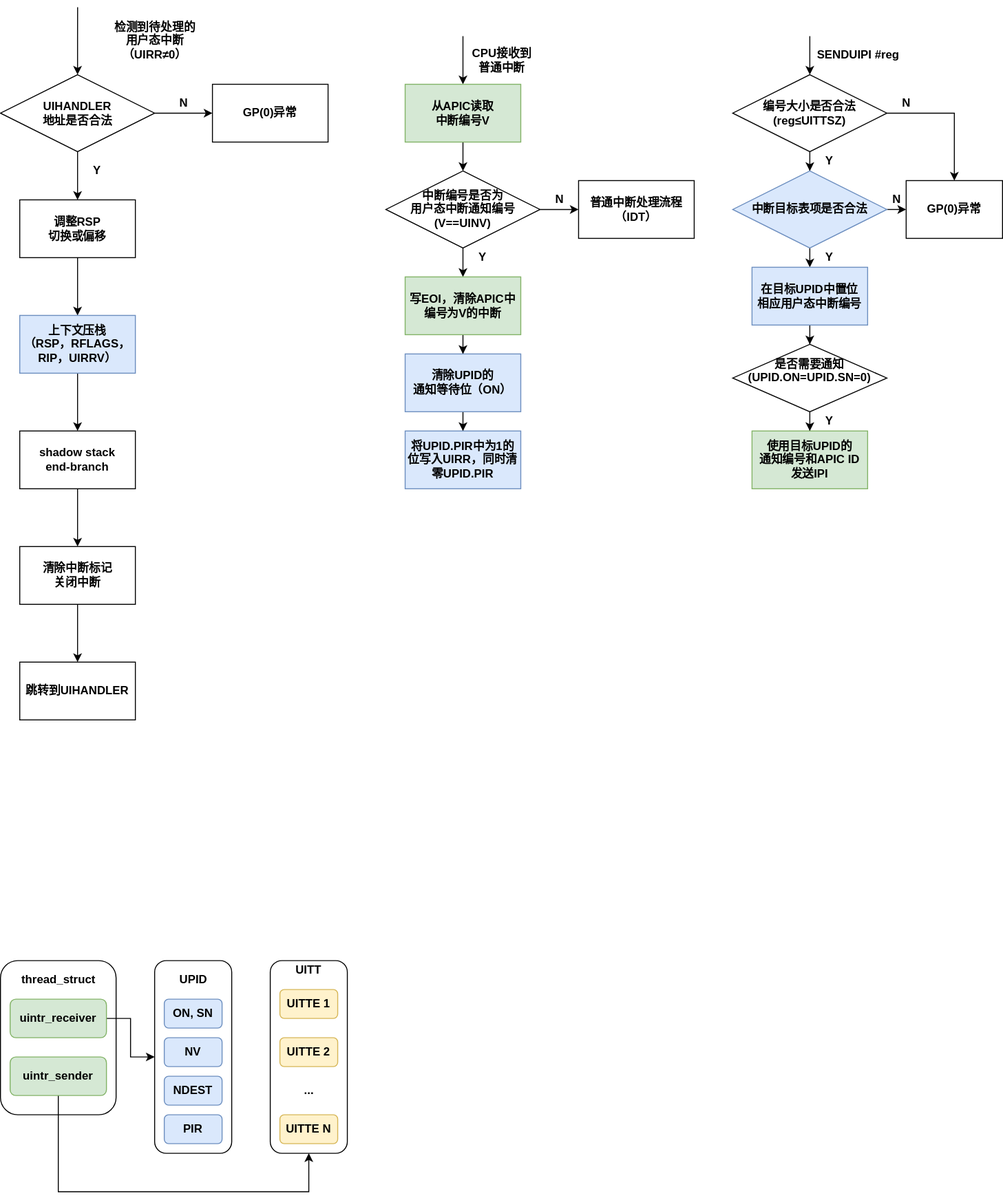
Above: assets/intel-uintr/struct.svg in Gallium70/rv-n-ext-impl (draw.io), before the change. Source tidied: cells renumbered, new cells last; positions are measured from the earlier drawing's top-left corner, leaving out a move shared by most shapes.
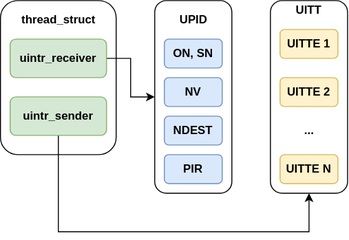
Above is the later version.

What changed in the source:
```diff
@@ -8,166 +8,6 @@
     <mxCell id="3" style="rounded=1;whiteSpace=wrap;html=1;fontStyle=1;" parent="1" vertex="1">
       <mxGeometry y="990" width="120" height="160" as="geometry" />
     </mxCell>
-    <mxCell id="4" style="edgeStyle=orthogonalEdgeStyle;rounded=0;jettySize=auto;html=1;fontStyle=1;" parent="1" edge="1" source="5" target="14">
-      <mxGeometry relative="1" as="geometry" />
-    </mxCell>
-    <mxCell id="5" value="调整RSP&lt;br&gt;切换或偏移" style="rounded=0;whiteSpace=wrap;html=1;fontStyle=1;" parent="1" vertex="1">
-      <mxGeometry x="20" y="200" width="120" height="60" as="geometry" />
-    </mxCell>
-    <mxCell id="6" style="edgeStyle=orthogonalEdgeStyle;rounded=0;jettySize=auto;html=1;exitX=0.5;exitY=1;exitDx=0;exitDy=0;entryX=0.5;entryY=0;entryDx=0;entryDy=0;fontStyle=1;" parent="1" edge="1" source="9" target="5">
-      <mxGeometry relative="1" as="geometry" />
-    </mxCell>
-    <mxCell id="7" style="edgeStyle=orthogonalEdgeStyle;rounded=0;jettySize=auto;html=1;fontStyle=1;" parent="1" edge="1" source="9" target="11">
-      <mxGeometry relative="1" as="geometry" />
-    </mxCell>
-    <mxCell id="8" style="edgeStyle=orthogonalEdgeStyle;rounded=0;jettySize=auto;html=1;exitX=0.5;exitY=0;exitDx=0;exitDy=0;endArrow=none;endFill=0;startArrow=classic;startFill=1;fontStyle=1;" parent="1" edge="1" source="9">
-      <mxGeometry relative="1" as="geometry">
-        <mxPoint x="80.1" as="targetPoint" />
-      </mxGeometry>
-    </mxCell>
-    <mxCell id="9" value="UIHANDLER&lt;br&gt;地址是否合法" style="rhombus;whiteSpace=wrap;html=1;fontStyle=1;" parent="1" vertex="1">
-      <mxGeometry y="70" width="160" height="80" as="geometry" />
-    </mxCell>
-    <mxCell id="10" value="Y" style="text;html=1;align=center;verticalAlign=middle;strokeColor=none;fontStyle=1;" parent="1" vertex="1">
-      <mxGeometry x="90" y="160" width="20" height="20" as="geometry" />
-    </mxCell>
-    <mxCell id="11" value="GP(0)异常" style="whiteSpace=wrap;html=1;fontStyle=1;" parent="1" vertex="1">
-      <mxGeometry x="220" y="80" width="120" height="60" as="geometry" />
-    </mxCell>
-    <mxCell id="12" value="N" style="text;html=1;align=center;verticalAlign=middle;strokeColor=none;fontStyle=1;" parent="1" vertex="1">
-      <mxGeometry x="180" y="90" width="20" height="20" as="geometry" />
-    </mxCell>
-    <mxCell id="13" style="edgeStyle=orthogonalEdgeStyle;rounded=0;jettySize=auto;html=1;fontStyle=1;" parent="1" edge="1" source="14" target="16">
-      <mxGeometry relative="1" as="geometry" />
-    </mxCell>
-    <mxCell id="14" value="上下文压栈&lt;br&gt;（RSP，RFLAGS，RIP，UIRRV）" style="rounded=0;whiteSpace=wrap;html=1;fillColor=#dae8fc;strokeColor=#6c8ebf;fontStyle=1;" parent="1" vertex="1">
-      <mxGeometry x="20" y="320" width="120" height="60" as="geometry" />
-    </mxCell>
-    <mxCell id="15" style="edgeStyle=orthogonalEdgeStyle;rounded=0;jettySize=auto;html=1;fontStyle=1;" parent="1" edge="1" source="16" target="18">
-      <mxGeometry relative="1" as="geometry" />
-    </mxCell>
-    <mxCell id="16" value="shadow stack&lt;br&gt;end-branch" style="rounded=0;whiteSpace=wrap;html=1;fontStyle=1;" parent="1" vertex="1">
-      <mxGeometry x="20" y="440" width="120" height="60" as="geometry" />
-    </mxCell>
-    <mxCell id="17" style="edgeStyle=orthogonalEdgeStyle;rounded=0;jettySize=auto;html=1;fontStyle=1;" parent="1" edge="1" source="18" target="19">
-      <mxGeometry relative="1" as="geometry" />
-    </mxCell>
-    <mxCell id="18" value="清除中断标记&lt;br&gt;关闭中断" style="whiteSpace=wrap;html=1;rounded=0;fontStyle=1;" parent="1" vertex="1">
-      <mxGeometry x="20" y="560" width="120" height="60" as="geometry" />
-    </mxCell>
-    <mxCell id="19" value="跳转到UIHANDLER" style="whiteSpace=wrap;html=1;rounded=0;fontStyle=1;" parent="1" vertex="1">
-      <mxGeometry x="20" y="680" width="120" height="60" as="geometry" />
-    </mxCell>
-    <mxCell id="20" value="检测到待处理的&lt;br&gt;用户态中断&lt;br&gt;（UIRR≠0）" style="text;html=1;align=center;verticalAlign=middle;strokeColor=none;fontStyle=1;" parent="1" vertex="1">
-      <mxGeometry x="110" y="10" width="100" height="50" as="geometry" />
-    </mxCell>
-    <mxCell id="21" style="edgeStyle=orthogonalEdgeStyle;rounded=0;jettySize=auto;html=1;exitX=0.5;exitY=0;exitDx=0;exitDy=0;startArrow=classic;startFill=1;endArrow=none;endFill=0;fontStyle=1;" parent="1" edge="1" source="23">
-      <mxGeometry relative="1" as="geometry">
-        <mxPoint x="480" y="30" as="targetPoint" />
-      </mxGeometry>
-    </mxCell>
-    <mxCell id="22" style="edgeStyle=orthogonalEdgeStyle;rounded=0;jettySize=auto;html=1;exitX=0.5;exitY=1;exitDx=0;exitDy=0;entryX=0.5;entryY=0;entryDx=0;entryDy=0;startArrow=none;startFill=0;endArrow=classic;endFill=1;fontStyle=1;" parent="1" edge="1" source="23" target="27">
-      <mxGeometry relative="1" as="geometry" />
-    </mxCell>
-    <mxCell id="23" value="从APIC读取&lt;br&gt;中断编号V" style="whiteSpace=wrap;html=1;fillColor=#d5e8d4;strokeColor=#82b366;fontStyle=1;" parent="1" vertex="1">
-      <mxGeometry x="420" y="80" width="120" height="60" as="geometry" />
-    </mxCell>
-    <mxCell id="24" value="CPU接收到&lt;br&gt;普通中断" style="text;html=1;align=center;verticalAlign=middle;strokeColor=none;fontStyle=1;" parent="1" vertex="1">
-      <mxGeometry x="480" y="40" width="80" height="30" as="geometry" />
-    </mxCell>
-    <mxCell id="25" style="edgeStyle=orthogonalEdgeStyle;rounded=0;jettySize=auto;html=1;startArrow=none;startFill=0;endArrow=classic;endFill=1;fontStyle=1;" parent="1" edge="1" source="27" target="28">
-      <mxGeometry relative="1" as="geometry" />
-    </mxCell>
-    <mxCell id="26" style="edgeStyle=orthogonalEdgeStyle;rounded=0;jettySize=auto;html=1;startArrow=none;startFill=0;endArrow=classic;endFill=1;fontStyle=1;" parent="1" edge="1" source="27" target="31">
-      <mxGeometry relative="1" as="geometry" />
-    </mxCell>
-    <mxCell id="27" value="中断编号是否为&lt;br&gt;用户态中断通知编号&lt;br&gt;(V==UINV)" style="rhombus;whiteSpace=wrap;html=1;fontStyle=1;" parent="1" vertex="1">
-      <mxGeometry x="400" y="170" width="160" height="80" as="geometry" />
-    </mxCell>
-    <mxCell id="28" value="普通中断处理流程&lt;br&gt;（IDT）" style="whiteSpace=wrap;html=1;fontStyle=1;" parent="1" vertex="1">
-      <mxGeometry x="600" y="180" width="120" height="60" as="geometry" />
-    </mxCell>
-    <mxCell id="29" value="N" style="text;html=1;align=center;verticalAlign=middle;strokeColor=none;fontStyle=1;" parent="1" vertex="1">
-      <mxGeometry x="570" y="190" width="20" height="20" as="geometry" />
-    </mxCell>
-    <mxCell id="30" style="edgeStyle=orthogonalEdgeStyle;rounded=0;jettySize=auto;html=1;startArrow=none;startFill=0;endArrow=classic;endFill=1;fontStyle=1;" parent="1" edge="1" source="31" target="34">
-      <mxGeometry relative="1" as="geometry" />
-    </mxCell>
-    <mxCell id="31" value="写EOI，清除APIC中编号为V的中断" style="whiteSpace=wrap;html=1;fillColor=#d5e8d4;strokeColor=#82b366;fontStyle=1;" parent="1" vertex="1">
-      <mxGeometry x="420" y="280" width="120" height="60" as="geometry" />
-    </mxCell>
-    <mxCell id="32" value="Y" style="text;html=1;align=center;verticalAlign=middle;strokeColor=none;fontStyle=1;" parent="1" vertex="1">
-      <mxGeometry x="490" y="250" width="20" height="20" as="geometry" />
-    </mxCell>
-    <mxCell id="33" style="edgeStyle=orthogonalEdgeStyle;rounded=0;jettySize=auto;html=1;startArrow=none;startFill=0;endArrow=classic;endFill=1;fontStyle=1;" parent="1" edge="1" source="34" target="35">
-      <mxGeometry relative="1" as="geometry" />
-    </mxCell>
-    <mxCell id="34" value="清除UPID的&lt;br&gt;通知等待位（ON）" style="whiteSpace=wrap;html=1;fillColor=#dae8fc;strokeColor=#6c8ebf;fontStyle=1;" parent="1" vertex="1">
-      <mxGeometry x="420" y="360" width="120" height="60" as="geometry" />
-    </mxCell>
-    <mxCell id="35" value="将UPID.PIR中为1的位写入UIRR，同时清零UPID.PIR" style="whiteSpace=wrap;html=1;fillColor=#dae8fc;strokeColor=#6c8ebf;fontStyle=1;" parent="1" vertex="1">
-      <mxGeometry x="420" y="440" width="120" height="60" as="geometry" />
-    </mxCell>
-    <mxCell id="36" style="edgeStyle=orthogonalEdgeStyle;rounded=0;jettySize=auto;html=1;exitX=0.5;exitY=0;exitDx=0;exitDy=0;startArrow=classic;startFill=1;endArrow=none;endFill=0;fontStyle=1;" parent="1" edge="1" source="39">
-      <mxGeometry relative="1" as="geometry">
-        <mxPoint x="840" y="30" as="targetPoint" />
-      </mxGeometry>
-    </mxCell>
-    <mxCell id="37" style="edgeStyle=orthogonalEdgeStyle;rounded=0;jettySize=auto;html=1;startArrow=none;startFill=0;endArrow=classic;endFill=1;fontStyle=1;" parent="1" edge="1" source="39" target="41">
-      <mxGeometry relative="1" as="geometry" />
-    </mxCell>
-    <mxCell id="38" style="edgeStyle=orthogonalEdgeStyle;rounded=0;jettySize=auto;html=1;startArrow=none;startFill=0;endArrow=classic;endFill=1;fontStyle=1;" parent="1" edge="1" source="39" target="45">
-      <mxGeometry relative="1" as="geometry" />
-    </mxCell>
-    <mxCell id="39" value="编号大小是否合法&lt;br&gt;(reg≤UITTSZ)" style="rhombus;whiteSpace=wrap;html=1;fontStyle=1;" parent="1" vertex="1">
-      <mxGeometry x="760" y="70" width="160" height="80" as="geometry" />
-    </mxCell>
-    <mxCell id="40" value="SENDUIPI #reg" style="text;html=1;align=center;verticalAlign=middle;strokeColor=none;fontStyle=1;" parent="1" vertex="1">
-      <mxGeometry x="840" y="40" width="100" height="20" as="geometry" />
-    </mxCell>
-    <mxCell id="41" value="&lt;span&gt;GP(0)异常&lt;/span&gt;" style="whiteSpace=wrap;html=1;fontStyle=1;" parent="1" vertex="1">
-      <mxGeometry x="940" y="180" width="100" height="60" as="geometry" />
-    </mxCell>
-    <mxCell id="42" value="N" style="text;html=1;align=center;verticalAlign=middle;strokeColor=none;fontStyle=1;" parent="1" vertex="1">
-      <mxGeometry x="930" y="90" width="20" height="20" as="geometry" />
-    </mxCell>
-    <mxCell id="43" style="edgeStyle=orthogonalEdgeStyle;rounded=0;jettySize=auto;html=1;exitX=1;exitY=0.5;exitDx=0;exitDy=0;entryX=0;entryY=0.5;entryDx=0;entryDy=0;startArrow=none;startFill=0;endArrow=classic;endFill=1;fontStyle=1;" parent="1" edge="1" source="45" target="41">
-      <mxGeometry relative="1" as="geometry" />
-    </mxCell>
-    <mxCell id="44" style="edgeStyle=orthogonalEdgeStyle;rounded=0;jettySize=auto;html=1;startArrow=none;startFill=0;endArrow=classic;endFill=1;fontStyle=1;" parent="1" edge="1" target="49">
-      <mxGeometry relative="1" as="geometry">
-        <mxPoint x="840" y="240" as="sourcePoint" />
-      </mxGeometry>
-    </mxCell>
-    <mxCell id="45" value="中断目标表项是否合法" style="rhombus;whiteSpace=wrap;html=1;fillColor=#dae8fc;strokeColor=#6c8ebf;fontStyle=1;" parent="1" vertex="1">
-      <mxGeometry x="760" y="170" width="160" height="80" as="geometry" />
-    </mxCell>
-    <mxCell id="46" value="N" style="text;html=1;align=center;verticalAlign=middle;strokeColor=none;fontStyle=1;" parent="1" vertex="1">
-      <mxGeometry x="920" y="190" width="20" height="20" as="geometry" />
-    </mxCell>
-    <mxCell id="47" value="Y" style="text;html=1;align=center;verticalAlign=middle;strokeColor=none;fontStyle=1;" parent="1" vertex="1">
-      <mxGeometry x="850" y="150" width="20" height="20" as="geometry" />
-    </mxCell>
-    <mxCell id="48" style="edgeStyle=orthogonalEdgeStyle;rounded=0;jettySize=auto;html=1;startArrow=none;startFill=0;endArrow=classic;endFill=1;entryX=0.5;entryY=0;entryDx=0;entryDy=0;fontStyle=1;" parent="1" edge="1" source="49" target="51">
-      <mxGeometry relative="1" as="geometry" />
-    </mxCell>
-    <mxCell id="49" value="在目标UPID中置位&lt;br&gt;相应用户态中断编号" style="whiteSpace=wrap;html=1;fillColor=#dae8fc;strokeColor=#6c8ebf;fontStyle=1;" parent="1" vertex="1">
-      <mxGeometry x="780" y="270" width="120" height="60" as="geometry" />
-    </mxCell>
-    <mxCell id="50" style="edgeStyle=orthogonalEdgeStyle;rounded=0;jettySize=auto;html=1;startArrow=none;startFill=0;endArrow=classic;endFill=1;fontStyle=1;" parent="1" edge="1" target="52">
-      <mxGeometry relative="1" as="geometry">
-        <mxPoint x="840" y="420" as="sourcePoint" />
-      </mxGeometry>
-    </mxCell>
-    <mxCell id="51" value="是否需要通知&lt;br&gt;(UPID.ON=UPID.SN=0)&lt;br&gt;&amp;nbsp;" style="rhombus;whiteSpace=wrap;html=1;fontStyle=1;" parent="1" vertex="1">
-      <mxGeometry x="760" y="350" width="160" height="70" as="geometry" />
-    </mxCell>
-    <mxCell id="52" value="使用目标UPID的&lt;br&gt;通知编号和APIC ID&lt;br&gt;发送IPI" style="whiteSpace=wrap;html=1;fillColor=#d5e8d4;strokeColor=#82b366;fontStyle=1;" parent="1" vertex="1">
-      <mxGeometry x="780" y="440" width="120" height="60" as="geometry" />
-    </mxCell>
-    <mxCell id="53" value="Y" style="text;html=1;align=center;verticalAlign=middle;strokeColor=none;fontStyle=1;" parent="1" vertex="1">
-      <mxGeometry x="850" y="420" width="20" height="20" as="geometry" />
-    </mxCell>
     <mxCell id="54" value="thread_struct" style="text;html=1;align=center;verticalAlign=middle;strokeColor=none;fontStyle=1;" parent="1" vertex="1">
       <mxGeometry x="15" y="1000" width="90" height="20" as="geometry" />
     </mxCell>
@@ -221,8 +61,5 @@
     <mxCell id="69" value="UPID" style="text;html=1;align=center;verticalAlign=middle;strokeColor=none;fontStyle=1;" parent="1" vertex="1">
       <mxGeometry x="180" y="1000" width="40" height="20" as="geometry" />
     </mxCell>
-    <mxCell id="70" value="Y" style="text;html=1;align=center;verticalAlign=middle;strokeColor=none;fontStyle=1;" parent="1" vertex="1">
-      <mxGeometry x="850" y="250" width="20" height="20" as="geometry" />
-    </mxCell>
   </root>
 </mxGraphModel>
```
